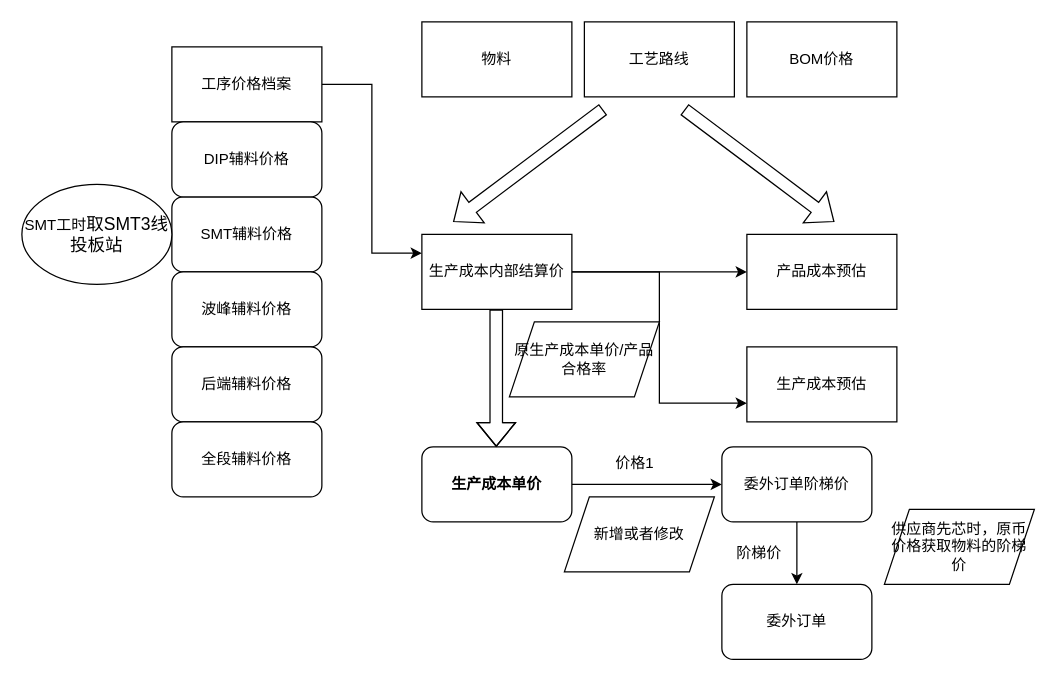
zckyuwang/spring-cloud-master keeps this draw.io diagram as xxx.drawio. Above is the earlier version. Source tidied: cells renumbered, new cells numbered last; positions are measured from the earlier drawing's top-left corner, leaving out a move shared by most shapes. Both pictures are drawn from the tidied source at 125%, with x=0, y=0 at pixel (21, 21).
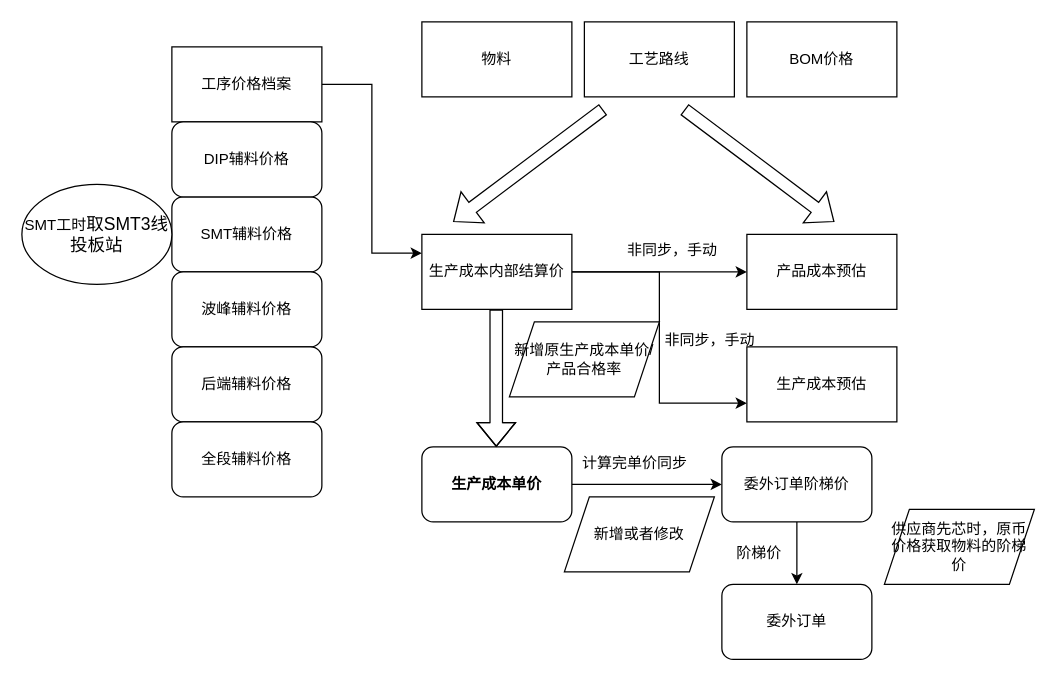
Above is the later version.

Diff of the diagram source:
```diff
@@
-    <mxCell id="12" value="&lt;p class=&quot;MsoNormal&quot;&gt;&lt;font face=&quot;宋体&quot;&gt;原生产成本单价&lt;/font&gt;&lt;font face=&quot;Calibri&quot;&gt;/&lt;/font&gt;&lt;font face=&quot;宋体&quot;&gt;产品合格率&lt;/font&gt;&lt;/p&gt;" style="shape=parallelogram;perimeter=parallelogramPerimeter;whiteSpace=wrap;html=1;fixedSize=1;" parent="1" vertex="1">
+    <mxCell id="12" value="&lt;p class=&quot;MsoNormal&quot;&gt;&lt;font face=&quot;宋体&quot;&gt;新增原生产成本单价&lt;/font&gt;&lt;font face=&quot;Calibri&quot;&gt;/&lt;/font&gt;&lt;font face=&quot;宋体&quot;&gt;产品合格率&lt;/font&gt;&lt;/p&gt;" style="shape=parallelogram;perimeter=parallelogramPerimeter;whiteSpace=wrap;html=1;fixedSize=1;" parent="1" vertex="1">
       <mxGeometry x="390" y="240" width="120" height="60" as="geometry" />
     </mxCell>
@@
-    <mxCell id="28" value="价格1" style="text;html=1;align=center;verticalAlign=middle;strokeColor=none;fillColor=none;" parent="1" vertex="1">
-      <mxGeometry x="465" y="338" width="50" height="30" as="geometry" />
+    <mxCell id="28" value="计算完单价同步" style="text;html=1;align=center;verticalAlign=middle;strokeColor=none;fillColor=none;" parent="1" vertex="1">
+      <mxGeometry x="435" y="338" width="110" height="30" as="geometry" />
     </mxCell>
@@
+    <mxCell id="31" value="非同步，手动" style="text;html=1;align=center;verticalAlign=middle;strokeColor=none;fillColor=none;" parent="1" vertex="1">
+      <mxGeometry x="470" y="168" width="100" height="30" as="geometry" />
+    </mxCell>
+    <mxCell id="32" value="非同步，手动" style="text;html=1;align=center;verticalAlign=middle;strokeColor=none;fillColor=none;" parent="1" vertex="1">
+      <mxGeometry x="500" y="240" width="100" height="30" as="geometry" />
+    </mxCell>
```
